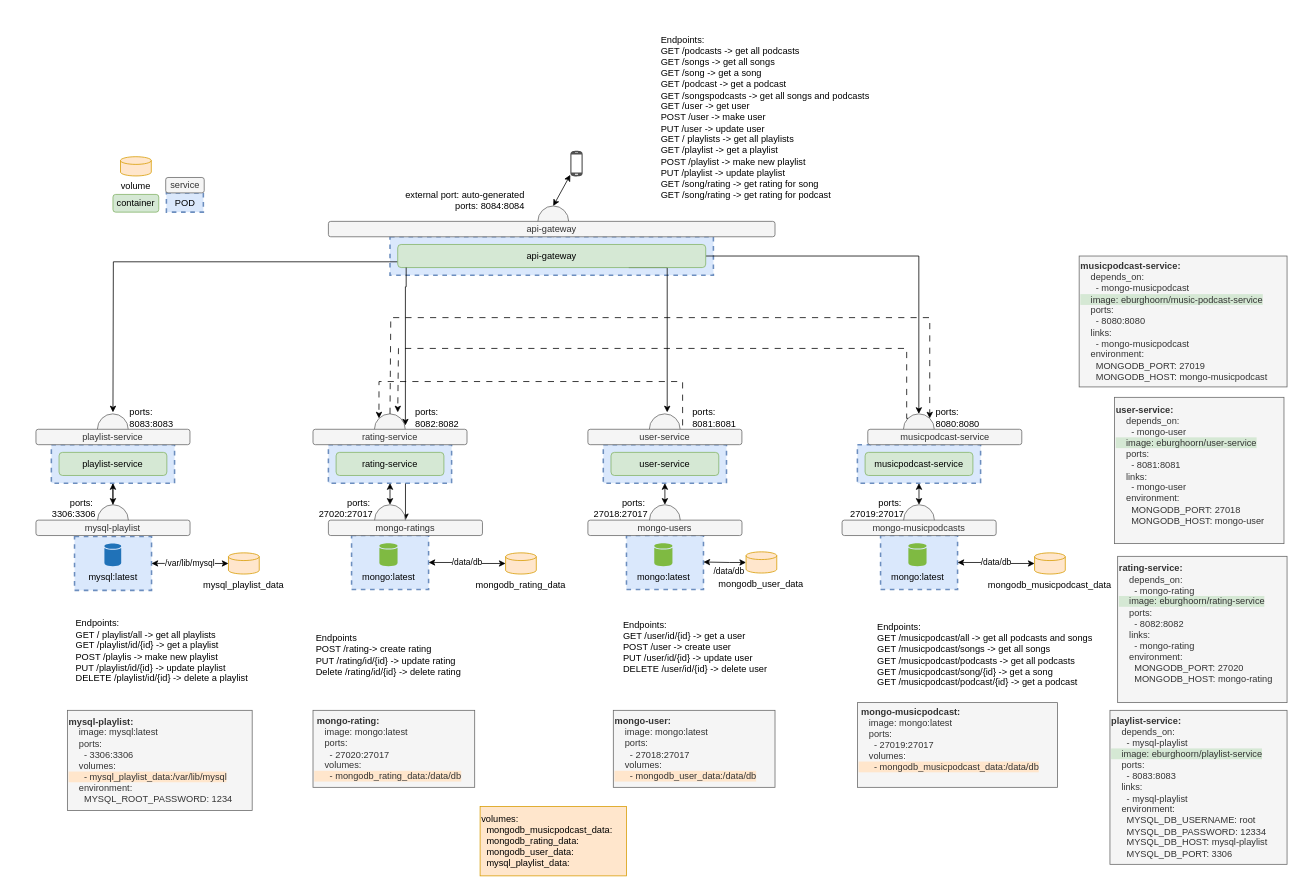
EvaBurghoorn/ProjectEDE_muziekservice keeps this draw.io diagram as muziekservice.drawio. Above is the earlier version. Source tidied: cells renumbered, new cells numbered last; positions are measured from the earlier drawing's top-left corner, leaving out a move shared by most shapes. Both pictures are drawn from the tidied source at 77%, with x=0, y=0 at pixel (13, 28).
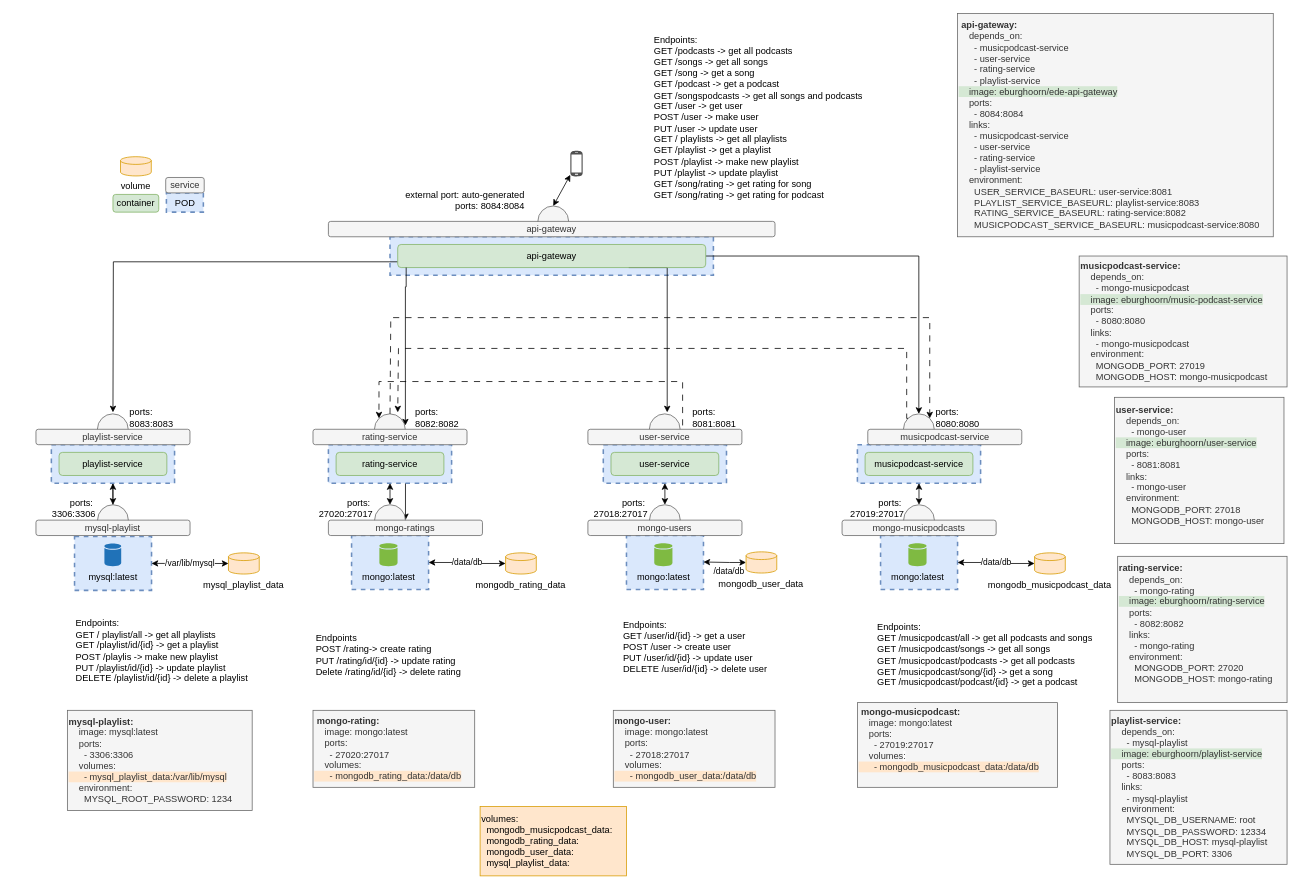
Above is the later version.

The edit, as a diff of the source:
```diff
@@
     <mxCell id="70" value="Endpoints:&lt;br&gt;GET /podcasts -&amp;gt; get all podcasts&lt;br&gt;GET /songs -&amp;gt; get all songs&lt;br&gt;GET /song -&amp;gt; get a song&lt;br&gt;GET /podcast -&amp;gt; get a podcast&lt;br&gt;GET /songspodcasts -&amp;gt; get all songs and podcasts&lt;br&gt;GET /user -&amp;gt; get user&lt;br&gt;POST /user -&amp;gt; make user&lt;br&gt;PUT /user -&amp;gt; update user&lt;br&gt;GET / playlists -&amp;gt; get all playlists&lt;br&gt;GET /playlist -&amp;gt; get a playlist&lt;br&gt;POST /playlist -&amp;gt; make new playlist&lt;br&gt;PUT /playlist -&amp;gt; update playlist&lt;br&gt;GET /song/rating -&amp;gt; get rating for song&lt;br&gt;GET /song/rating -&amp;gt; get rating for podcast" style="text;html=1;strokeColor=none;fillColor=none;align=left;verticalAlign=middle;whiteSpace=wrap;rounded=0;" parent="1" vertex="1">
-      <mxGeometry x="839.2" width="290" height="230" as="geometry" />
+      <mxGeometry x="830" width="290" height="230" as="geometry" />
     </mxCell>
@@
+    <mxCell id="89" value="&lt;div&gt;&lt;span style=&quot;background-color: initial;&quot;&gt;&lt;b&gt;&amp;nbsp;api-gateway:&lt;/b&gt;&lt;/span&gt;&lt;/div&gt;&lt;div&gt;&lt;div&gt;&amp;nbsp; &amp;nbsp; depends_on:&lt;/div&gt;&lt;div&gt;&amp;nbsp; &amp;nbsp; &amp;nbsp; - musicpodcast-service&lt;/div&gt;&lt;div&gt;&amp;nbsp; &amp;nbsp; &amp;nbsp; - user-service&lt;/div&gt;&lt;div&gt;&amp;nbsp; &amp;nbsp; &amp;nbsp; - rating-service&lt;/div&gt;&lt;div&gt;&amp;nbsp; &amp;nbsp; &amp;nbsp; - playlist-service&lt;/div&gt;&lt;div&gt;&lt;span style=&quot;background-color: rgb(213, 232, 212);&quot;&gt;&amp;nbsp; &amp;nbsp; image: eburghoorn/ede-api-gateway&lt;/span&gt;&lt;/div&gt;&lt;div&gt;&amp;nbsp; &amp;nbsp; ports:&lt;/div&gt;&lt;div&gt;&amp;nbsp; &amp;nbsp; &amp;nbsp; - 8084:8084&lt;/div&gt;&lt;div&gt;&amp;nbsp; &amp;nbsp; links:&lt;/div&gt;&lt;div&gt;&amp;nbsp; &amp;nbsp; &amp;nbsp; - musicpodcast-service&lt;/div&gt;&lt;div&gt;&amp;nbsp; &amp;nbsp; &amp;nbsp; - user-service&lt;/div&gt;&lt;div&gt;&amp;nbsp; &amp;nbsp; &amp;nbsp; - rating-service&lt;/div&gt;&lt;div&gt;&amp;nbsp; &amp;nbsp; &amp;nbsp; - playlist-service&lt;/div&gt;&lt;div&gt;&amp;nbsp; &amp;nbsp; environment:&lt;/div&gt;&lt;div&gt;&amp;nbsp; &amp;nbsp; &amp;nbsp; USER_SERVICE_BASEURL: user-service:8081&lt;/div&gt;&lt;div&gt;&amp;nbsp; &amp;nbsp; &amp;nbsp; PLAYLIST_SERVICE_BASEURL: playlist-service:8083&lt;/div&gt;&lt;div&gt;&amp;nbsp; &amp;nbsp; &amp;nbsp; RATING_SERVICE_BASEURL: rating-service:8082&lt;/div&gt;&lt;div&gt;&amp;nbsp; &amp;nbsp; &amp;nbsp; MUSICPODCAST_SERVICE_BASEURL: musicpodcast-service:8080&lt;/div&gt;&lt;/div&gt;" style="text;html=1;align=left;verticalAlign=middle;strokeColor=#666666;fillColor=#f5f5f5;fontColor=#333333;" parent="1" vertex="1">
+      <mxGeometry x="1226.1" y="-20" width="410" height="290" as="geometry" />
+    </mxCell>
```
